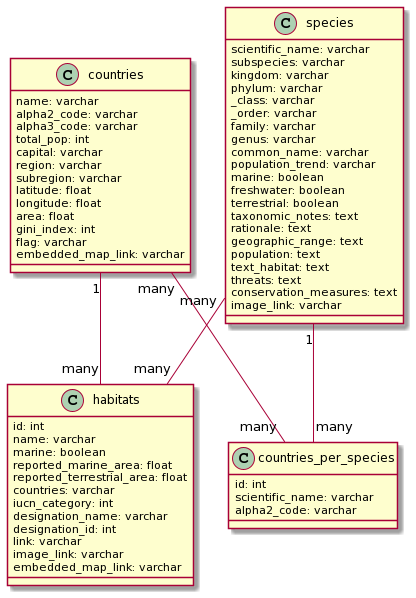
Before: uml-diagram.png, a diagram exported from PlantUML (danielqu1/critterycovery).
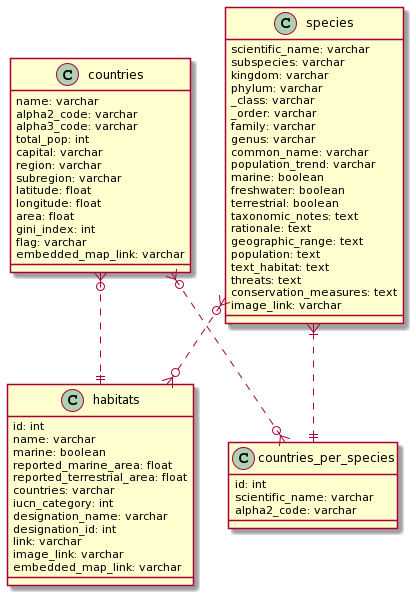
The same diagram one commit later.

Commit message:
added new uml diagram, closes issue #79

What changed in the source:
```diff
@@ -60,8 +60,8 @@
 alpha2_code: varchar
 }
 
-species "1" -- "many" countries_per_species
-countries "many" -- "many" countries_per_species
-countries "1" -- "many" habitats
-species "many" -- "many" habitats
+species }|..|| countries_per_species
+countries }o..o{ countries_per_species
+countries }o..|| habitats
+species }o..o{ habitats
 @enduml
```
